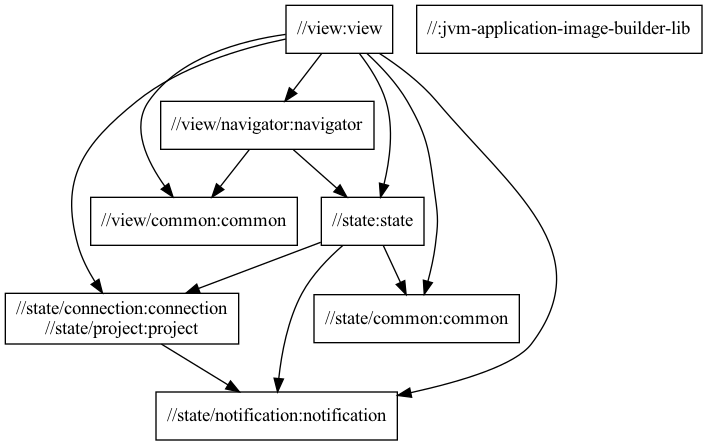
This is docs/package-structure.png from typedb/typedb-studio, a Graphviz export, as it was before one commit. Its source is kept beside it as docs/package-structure.dot.
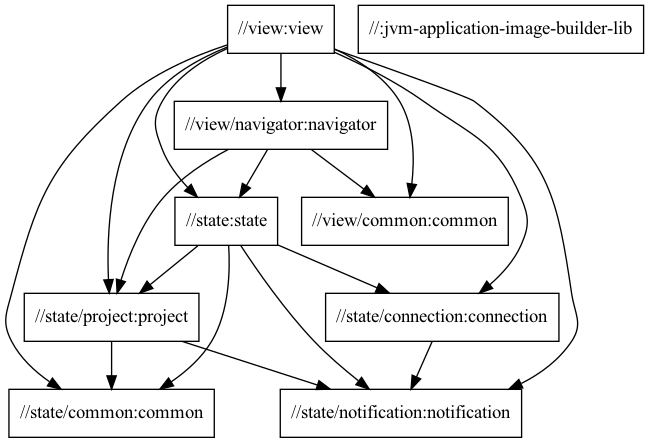
The same file after the commit.

Commit message:
Add 'Open Project' helper button in project navigator when empty

Change to the diagram source:
```diff
@@ -1,23 +1,29 @@
 digraph mygraph {
   node [shape=box];
   "//view:view"
+  "//view:view" -> "//state/project:project"
+  "//view:view" -> "//view/navigator:navigator"
   "//view:view" -> "//view/common:common"
-  "//view:view" -> "//state/connection:connection\n//state/project:project"
-  "//view:view" -> "//view/navigator:navigator"
   "//view:view" -> "//state:state"
   "//view:view" -> "//state/common:common"
+  "//view:view" -> "//state/connection:connection"
   "//view:view" -> "//state/notification:notification"
   "//view/navigator:navigator"
   "//view/navigator:navigator" -> "//state:state"
+  "//view/navigator:navigator" -> "//state/project:project"
   "//view/navigator:navigator" -> "//view/common:common"
-  "//view/common:common"
   "//state:state"
   "//state:state" -> "//state/common:common"
-  "//state:state" -> "//state/connection:connection\n//state/project:project"
+  "//state:state" -> "//state/connection:connection"
   "//state:state" -> "//state/notification:notification"
-  "//state/connection:connection\n//state/project:project"
-  "//state/connection:connection\n//state/project:project" -> "//state/notification:notification"
+  "//state:state" -> "//state/project:project"
+  "//state/project:project"
+  "//state/project:project" -> "//state/common:common"
+  "//state/project:project" -> "//state/notification:notification"
+  "//state/common:common"
+  "//state/connection:connection"
+  "//state/connection:connection" -> "//state/notification:notification"
   "//state/notification:notification"
-  "//state/common:common"
+  "//view/common:common"
   "//:jvm-application-image-builder-lib"
 }
```
